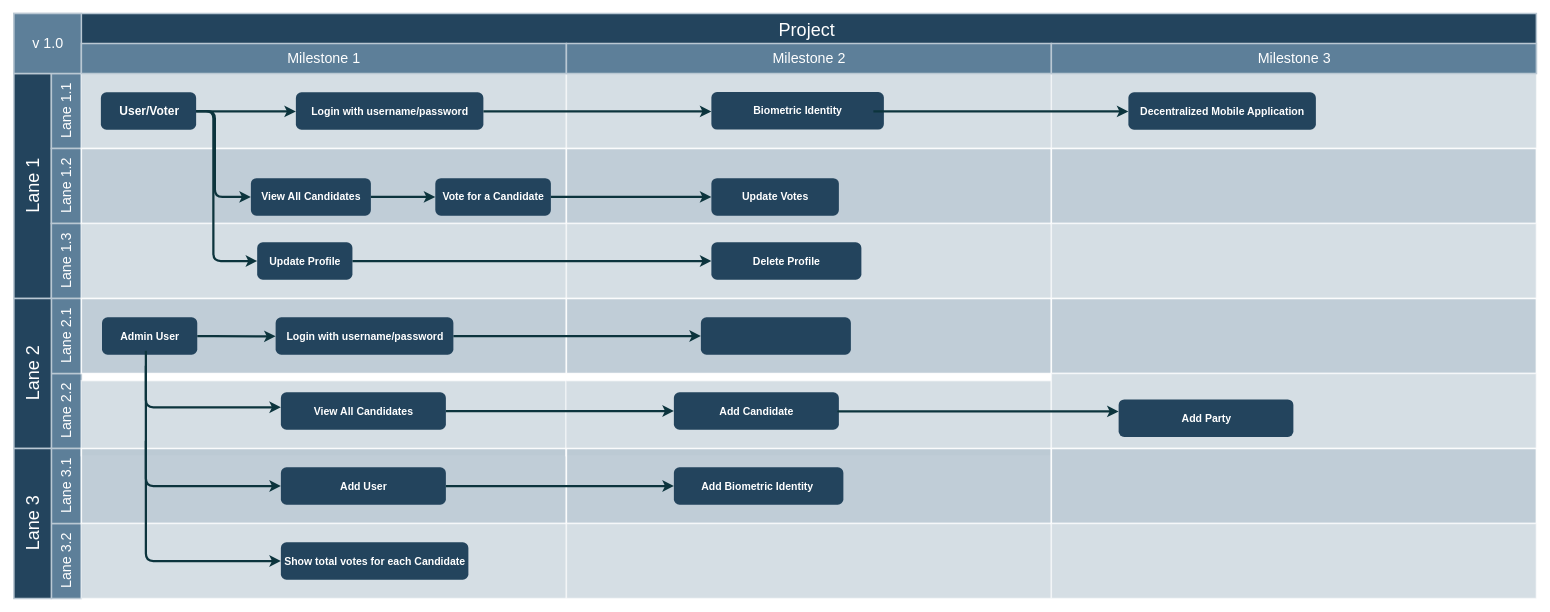
This is project_documents/flowchart.drawio from priyaminhas/DappII-Final-Project, a draw.io file, before an edit. Source tidied: cells renumbered, new cells numbered last; positions are measured from the earlier drawing's top-left corner, leaving out a move shared by most shapes. Both pictures are drawn from the tidied source at 75%, with x=0, y=0 at pixel (14, 13).
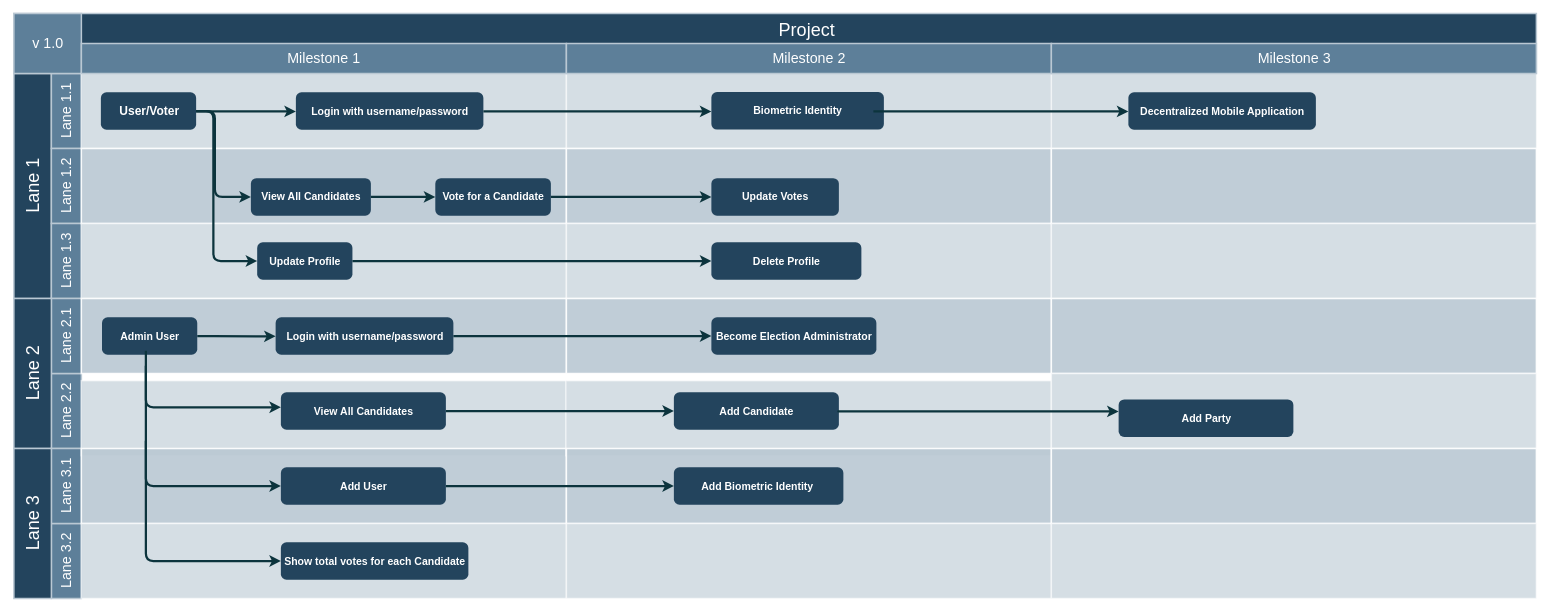
Above is the later version.

Change to the diagram source:
```diff
@@
-    <mxCell id="44" style="rounded=1;fillColor=#23445D;strokeColor=none;strokeWidth=2;fontFamily=Helvetica;html=1;gradientColor=none;" parent="1" vertex="1">
-      <mxGeometry x="916" y="405.5" width="200" height="50" as="geometry" />
+    <mxCell id="44" value="&lt;font style=&quot;font-size: 14px&quot; color=&quot;#ffffff&quot;&gt;&lt;b&gt;Become Election Administrator&lt;/b&gt;&lt;/font&gt;" style="rounded=1;fillColor=#23445D;strokeColor=none;strokeWidth=2;fontFamily=Helvetica;html=1;gradientColor=none;" parent="1" vertex="1">
+      <mxGeometry x="930" y="405.5" width="220" height="50" as="geometry" />
     </mxCell>
```
